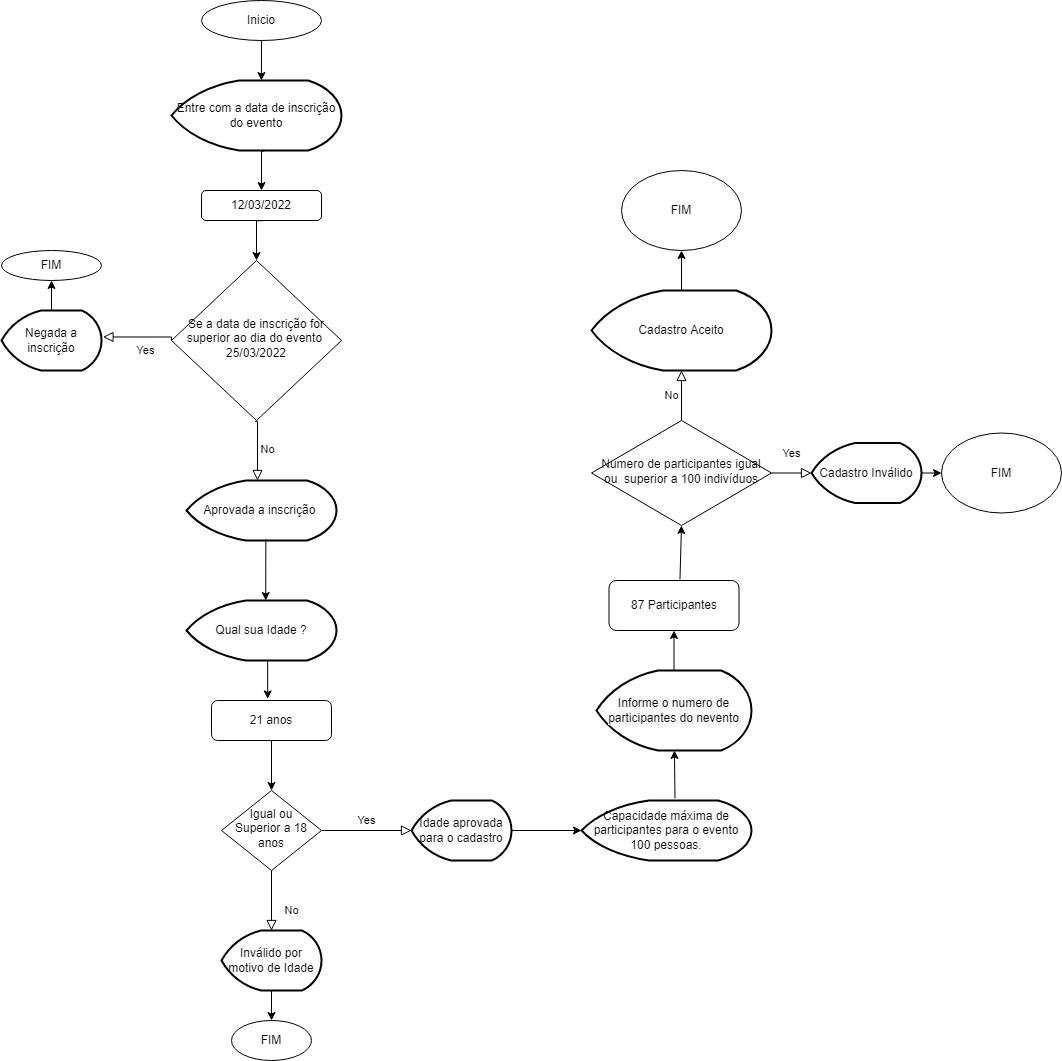
Above: Untitled Diagram.drawio.png in EvertonMDS/Fluxograma (draw.io), before the change. Source tidied: cells renumbered, new cells last; positions are measured from the earlier drawing's top-left corner, leaving out a move shared by most shapes.
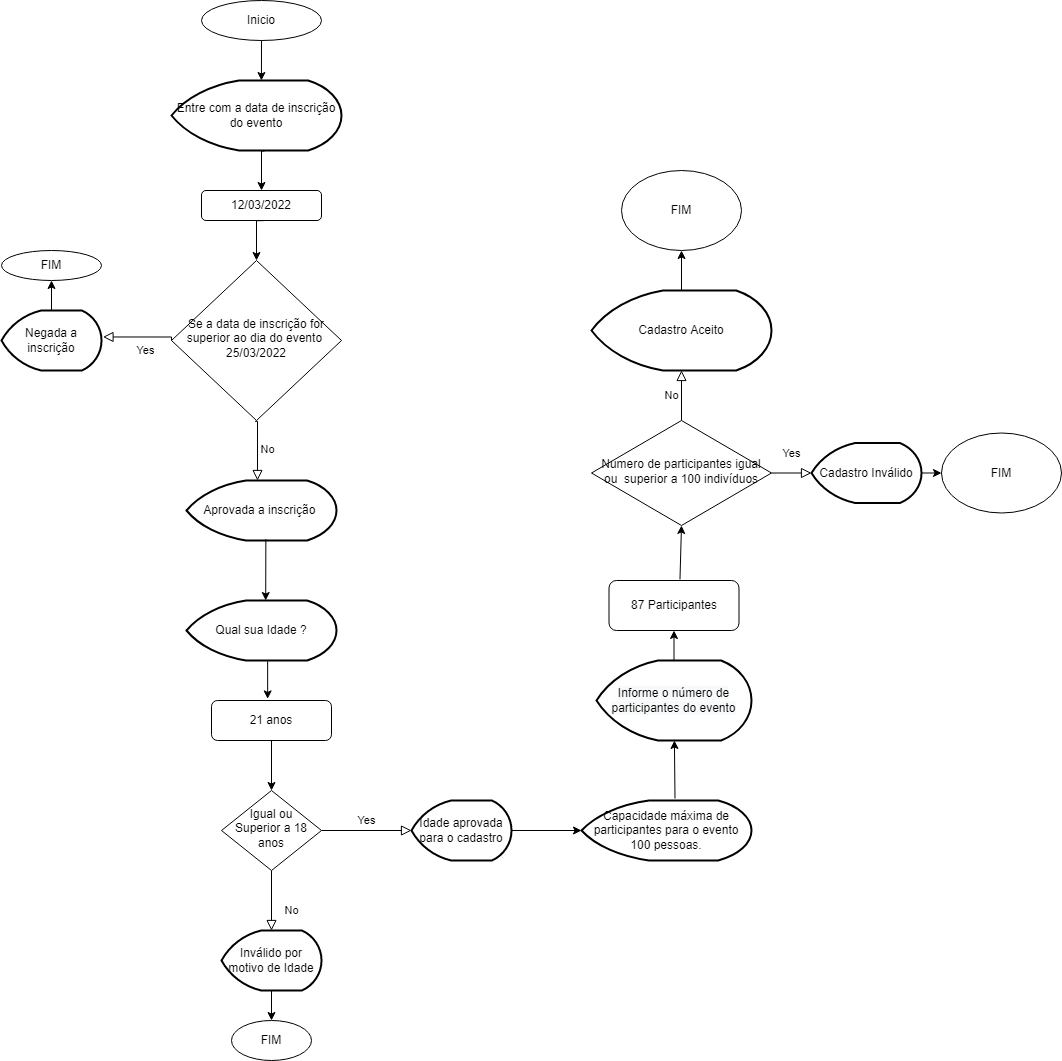
Above is the later version.

Diff of the diagram source:
```diff
@@ -101,8 +101,8 @@
     <mxCell id="28" value="87 Participantes" style="rounded=1;whiteSpace=wrap;html=1;fontSize=12;glass=0;strokeWidth=1;shadow=0;" parent="1" vertex="1">
       <mxGeometry x="607.5" y="580" width="130" height="50" as="geometry" />
     </mxCell>
-    <mxCell id="29" value="&#10;&#10;&lt;span style=&quot;color: rgb(0, 0, 0); font-family: helvetica; font-size: 12px; font-style: normal; font-weight: 400; letter-spacing: normal; text-align: center; text-indent: 0px; text-transform: none; word-spacing: 0px; background-color: rgb(248, 249, 250); display: inline; float: none;&quot;&gt;Informe o numero de participantes do nevento&lt;/span&gt;&#10;&#10;" style="strokeWidth=2;html=1;shape=mxgraph.flowchart.display;whiteSpace=wrap;" parent="1" vertex="1">
-      <mxGeometry x="595" y="670" width="155" height="80" as="geometry" />
+    <mxCell id="29" value="&lt;span style=&quot;color: rgb(0 , 0 , 0) ; font-family: &amp;#34;helvetica&amp;#34; ; font-size: 12px ; font-style: normal ; font-weight: 400 ; letter-spacing: normal ; text-align: center ; text-indent: 0px ; text-transform: none ; word-spacing: 0px ; background-color: rgb(248 , 249 , 250) ; display: inline ; float: none&quot;&gt;Informe o número de participantes do evento&lt;/span&gt;" style="strokeWidth=2;html=1;shape=mxgraph.flowchart.display;whiteSpace=wrap;" parent="1" vertex="1">
+      <mxGeometry x="595" y="660" width="155" height="80" as="geometry" />
     </mxCell>
     <mxCell id="30" style="endArrow=classic;html=1;rounded=0;exitX=0.55;exitY=-0.033;exitDx=0;exitDy=0;exitPerimeter=0;" parent="1" edge="1" source="27" target="29">
       <mxGeometry relative="1" as="geometry" />
```
